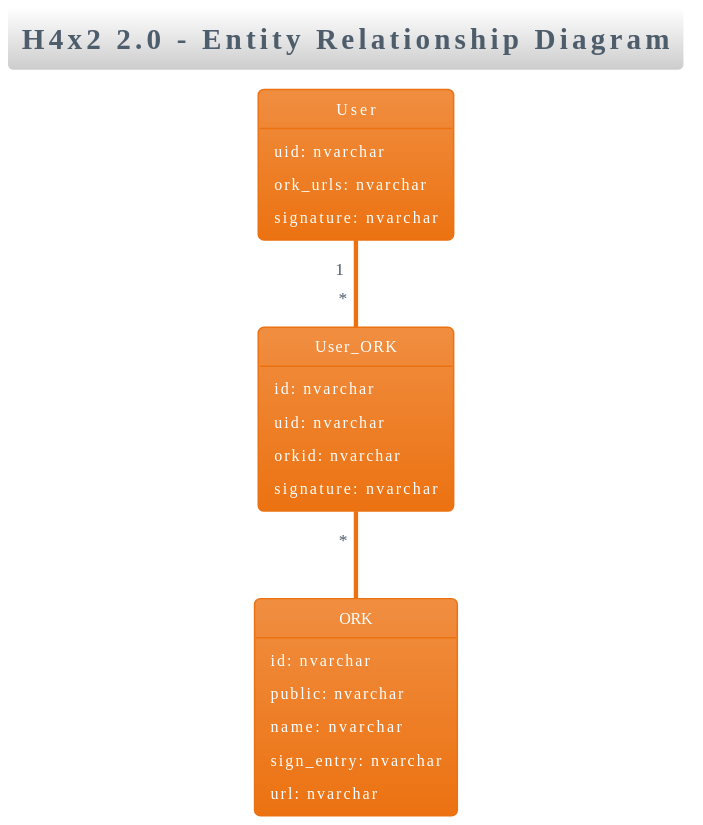
tide-foundation/Tide-h4x2-2 keeps this PlantUML diagram as diagrams/svg/H4x2_ERDiagram.svg. Above is the earlier version.
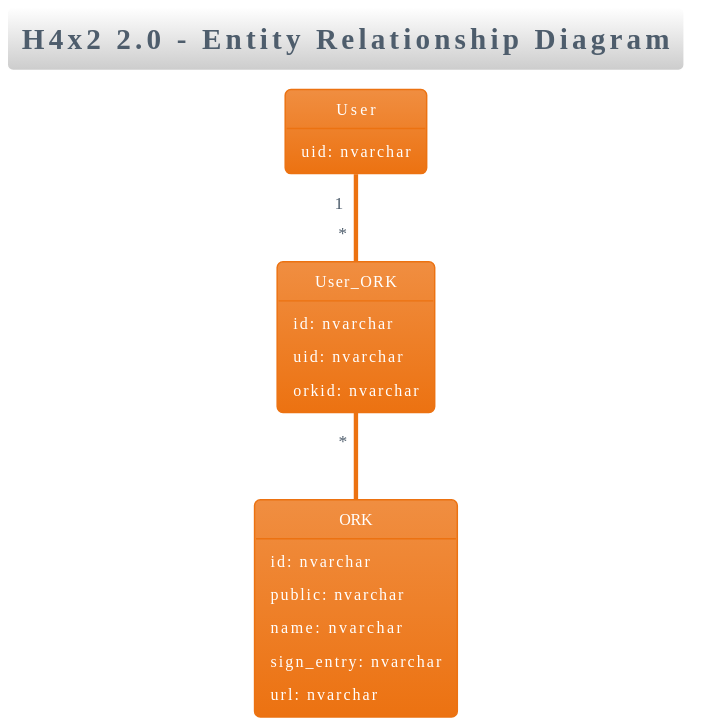
After the commit.

Commit message:
:rocket: Adding Generated PlantUML Diagrams

Change to the diagram source:
```diff
@@ -7,15 +7,12 @@
 
 object User {
     uid: nvarchar
-    ork_urls: nvarchar
-    signature: nvarchar
 }
 
 object User_ORK {
     id: nvarchar
     uid: nvarchar
     orkid: nvarchar
-    signature: nvarchar
 }
 
 object ORK {
```
